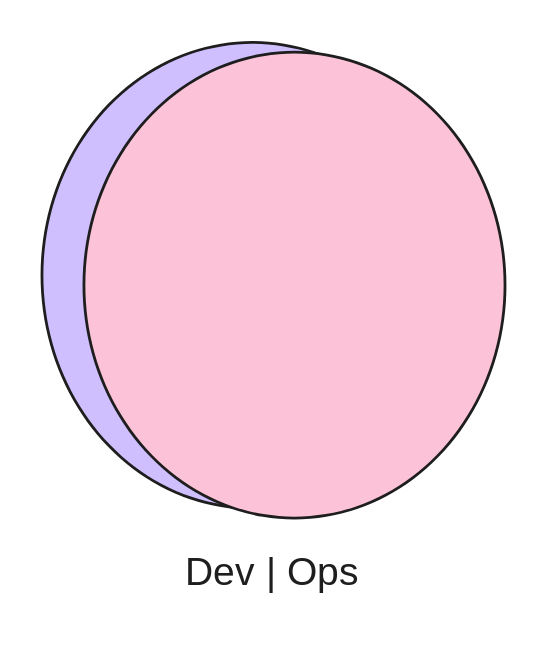
This is .gitbook/assets/file.excalidraw (1).svg from sivolko/Azure-DevOps, a Excalidraw export, as it was before one commit. Source tidied: one line per element, renumbered; positions are measured from the earlier drawing's top-left corner, leaving out a move shared by most shapes. The source it was exported from:
```json
{"id": 0, "type": "ellipse", "strokeColor": "#1e1e1e", "backgroundColor": "#d0bfff", "fillStyle": "solid", "strokeWidth": 2, "roughness": 0, "round": true, "x": 0, "y": 0, "width": 301, "height": 333}
{"id": 1, "type": "ellipse", "strokeColor": "#1e1e1e", "backgroundColor": "#fcc2d7", "fillStyle": "solid", "strokeWidth": 2, "roughness": 0, "round": true, "x": 30, "y": 7, "width": 301, "height": 333}
{"id": 2, "type": "text", "text": "D", "strokeColor": "transparent", "backgroundColor": "#d0bfff", "fillStyle": "solid", "strokeWidth": 2, "roughness": 0, "fontSize": 20, "fontFamily": 1, "x": 106, "y": 358, "width": 16, "height": 25}
{"id": 3, "type": "freedraw", "strokeColor": "transparent", "backgroundColor": "#d0bfff", "fillStyle": "solid", "strokeWidth": 2, "roughness": 0, "x": 95, "y": 369, "width": 0, "height": 0, "points": [[0, 0], [0, 0]]}
{"id": 4, "type": "freedraw", "strokeColor": "transparent", "backgroundColor": "#d0bfff", "fillStyle": "solid", "strokeWidth": 2, "roughness": 0, "x": 95, "y": 369, "width": 0, "height": 0, "points": [[0, 0], [0, 0]]}
{"id": 5, "type": "freedraw", "strokeColor": "transparent", "backgroundColor": "#d0bfff", "fillStyle": "solid", "strokeWidth": 2, "roughness": 0, "x": 198, "y": 419, "width": 0, "height": 0, "points": [[0, 0], [0, 0]]}
{"id": 6, "type": "freedraw", "strokeColor": "transparent", "backgroundColor": "#d0bfff", "fillStyle": "solid", "strokeWidth": 2, "roughness": 0, "x": 198, "y": 419, "width": 0, "height": 0, "points": [[0, 0], [0, 0]]}
{"id": 7, "type": "text", "text": "Dev | Ops", "strokeColor": "#1e1e1e", "backgroundColor": "#d0bfff", "fillStyle": "solid", "strokeWidth": 2, "roughness": 0, "fontSize": 28, "fontFamily": 1, "x": 102, "y": 363, "width": 134, "height": 35}
```
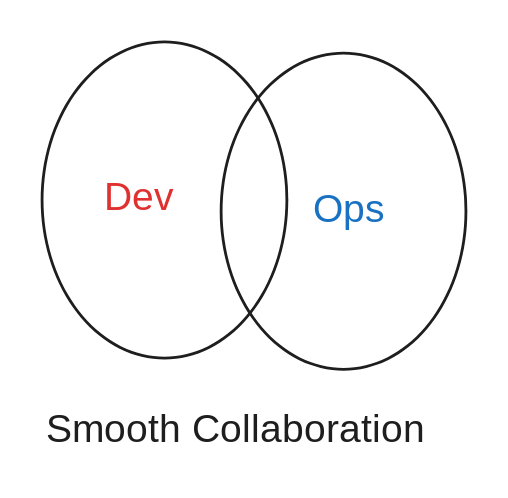
The same file after the commit.

What changed in the source:
```diff
@@ -1,8 +1,5 @@
-{"id": 0, "type": "ellipse", "strokeColor": "#1e1e1e", "backgroundColor": "#d0bfff", "fillStyle": "solid", "strokeWidth": 2, "roughness": 0, "round": true, "x": 0, "y": 0, "width": 301, "height": 333}
-{"id": 1, "type": "ellipse", "strokeColor": "#1e1e1e", "backgroundColor": "#fcc2d7", "fillStyle": "solid", "strokeWidth": 2, "roughness": 0, "round": true, "x": 30, "y": 7, "width": 301, "height": 333}
-{"id": 2, "type": "text", "text": "D", "strokeColor": "transparent", "backgroundColor": "#d0bfff", "fillStyle": "solid", "strokeWidth": 2, "roughness": 0, "fontSize": 20, "fontFamily": 1, "x": 106, "y": 358, "width": 16, "height": 25}
-{"id": 3, "type": "freedraw", "strokeColor": "transparent", "backgroundColor": "#d0bfff", "fillStyle": "solid", "strokeWidth": 2, "roughness": 0, "x": 95, "y": 369, "width": 0, "height": 0, "points": [[0, 0], [0, 0]]}
-{"id": 4, "type": "freedraw", "strokeColor": "transparent", "backgroundColor": "#d0bfff", "fillStyle": "solid", "strokeWidth": 2, "roughness": 0, "x": 95, "y": 369, "width": 0, "height": 0, "points": [[0, 0], [0, 0]]}
-{"id": 5, "type": "freedraw", "strokeColor": "transparent", "backgroundColor": "#d0bfff", "fillStyle": "solid", "strokeWidth": 2, "roughness": 0, "x": 198, "y": 419, "width": 0, "height": 0, "points": [[0, 0], [0, 0]]}
-{"id": 6, "type": "freedraw", "strokeColor": "transparent", "backgroundColor": "#d0bfff", "fillStyle": "solid", "strokeWidth": 2, "roughness": 0, "x": 198, "y": 419, "width": 0, "height": 0, "points": [[0, 0], [0, 0]]}
-{"id": 7, "type": "text", "text": "Dev | Ops", "strokeColor": "#1e1e1e", "backgroundColor": "#d0bfff", "fillStyle": "solid", "strokeWidth": 2, "roughness": 0, "fontSize": 28, "fontFamily": 1, "x": 102, "y": 363, "width": 134, "height": 35}
+{"id": 8, "type": "ellipse", "strokeColor": "#1e1e1e", "strokeWidth": 2, "roughness": 0, "round": true, "x": -53, "y": -4, "width": 175, "height": 226}
+{"id": 9, "type": "ellipse", "strokeColor": "#1e1e1e", "strokeWidth": 2, "roughness": 0, "round": true, "x": 75, "y": 4, "width": 175, "height": 226}
+{"id": 10, "type": "text", "text": " Ops", "strokeColor": "#1971c2", "strokeWidth": 2, "roughness": 0, "fontSize": 28, "fontFamily": 1, "textAlign": "center", "verticalAlign": "middle", "inside": 9, "x": 131, "y": 100, "width": 63, "height": 35}
+{"id": 11, "type": "text", "text": "Dev", "strokeColor": "#e03131", "strokeWidth": 2, "roughness": 0, "fontSize": 28, "fontFamily": 1, "x": -9, "y": 91, "width": 52, "height": 35}
+{"id": 12, "type": "text", "text": "Smooth Collaboration", "strokeColor": "#1e1e1e", "strokeWidth": 2, "roughness": 0, "fontSize": 28, "fontFamily": 1, "x": -50, "y": 257, "width": 287, "height": 35}
```
